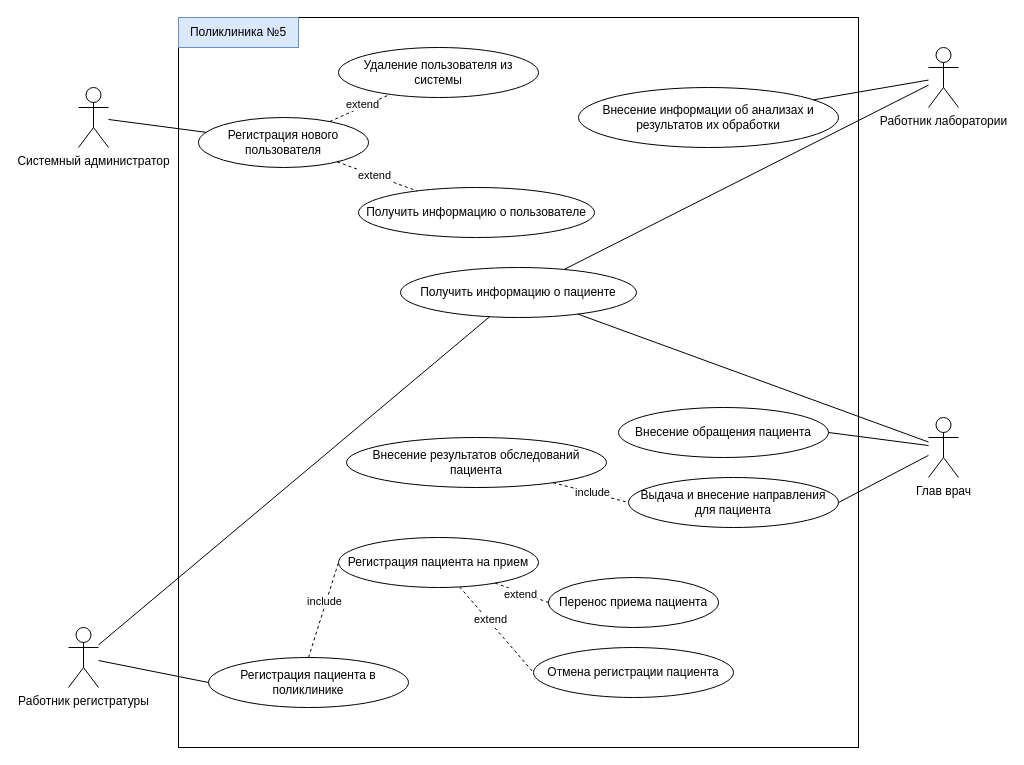
The draw.io diagram clinik5.drawio in sevchik-f8fe/ping_tracer, before the edit. Source tidied: cells renumbered, new cells numbered last; positions are measured from the earlier drawing's top-left corner, leaving out a move shared by most shapes. Both pictures are drawn from the tidied source at 100%, with x=0, y=0 at pixel (68, 17).
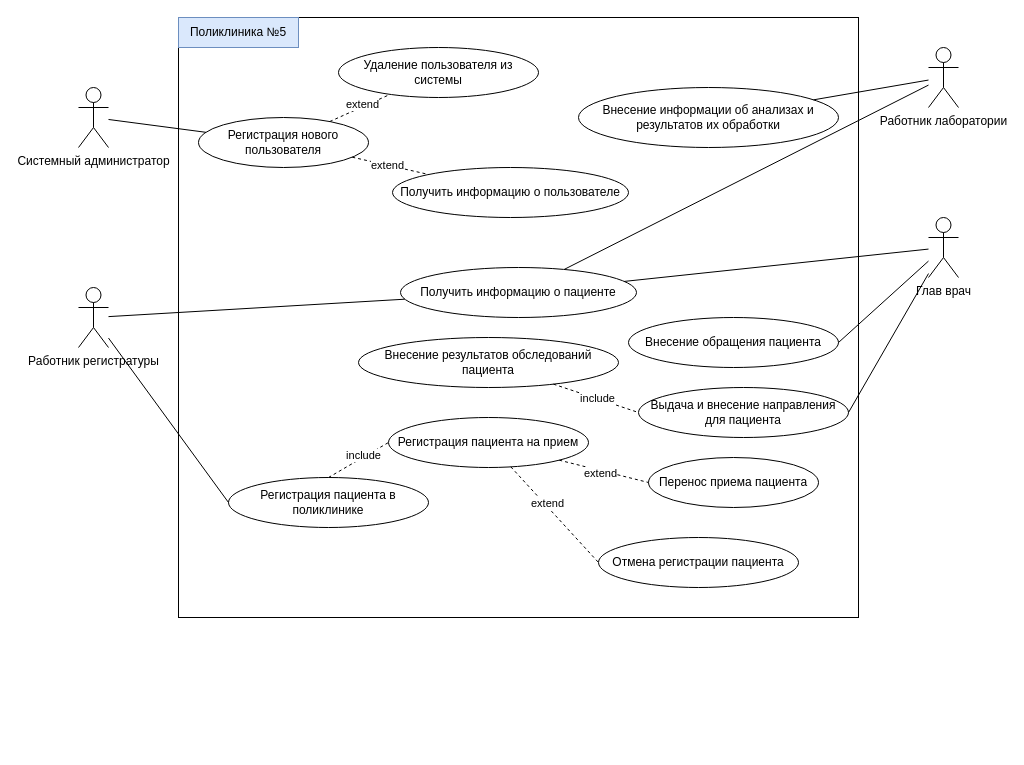
The same diagram, later.

What changed in the source:
```diff
@@
     <mxCell id="2" style="rounded=0;whiteSpace=wrap;html=1;" parent="1" vertex="1">
-      <mxGeometry x="110" width="680" height="730" as="geometry" />
+      <mxGeometry x="110" width="680" height="600" as="geometry" />
     </mxCell>
@@
     <mxCell id="6" value="Работник регистратуры" style="shape=umlActor;verticalLabelPosition=bottom;verticalAlign=top;html=1;outlineConnect=0;" parent="1" vertex="1">
-      <mxGeometry y="610" width="30" height="60" as="geometry" />
+      <mxGeometry x="10" y="270" width="30" height="60" as="geometry" />
     </mxCell>
     <mxCell id="7" value="Глав врач" style="shape=umlActor;verticalLabelPosition=bottom;verticalAlign=top;html=1;outlineConnect=0;" parent="1" vertex="1">
-      <mxGeometry x="860" y="400" width="30" height="60" as="geometry" />
+      <mxGeometry x="860" y="200" width="30" height="60" as="geometry" />
     </mxCell>
@@
     <mxCell id="10" value="Перенос приема пациента" style="ellipse;whiteSpace=wrap;html=1;" parent="1" vertex="1">
-      <mxGeometry x="480" y="560" width="170" height="50" as="geometry" />
+      <mxGeometry x="580" y="440" width="170" height="50" as="geometry" />
     </mxCell>
     <mxCell id="11" value="Отмена регистрации пациента" style="ellipse;whiteSpace=wrap;html=1;" parent="1" vertex="1">
-      <mxGeometry x="465" y="630" width="200" height="50" as="geometry" />
+      <mxGeometry x="530" y="520" width="200" height="50" as="geometry" />
     </mxCell>
     <mxCell id="12" value="Регистрация пациента на прием" style="ellipse;whiteSpace=wrap;html=1;" parent="1" vertex="1">
-      <mxGeometry x="270" y="520" width="200" height="50" as="geometry" />
+      <mxGeometry x="320" y="400" width="200" height="50" as="geometry" />
     </mxCell>
     <mxCell id="13" value="Регистрация пациента в поликлинике" style="ellipse;whiteSpace=wrap;html=1;" parent="1" vertex="1">
-      <mxGeometry x="140" y="640" width="200" height="50" as="geometry" />
+      <mxGeometry x="160" y="460" width="200" height="50" as="geometry" />
     </mxCell>
     <mxCell id="14" value="Внесение обращения пациента" style="ellipse;whiteSpace=wrap;html=1;" parent="1" vertex="1">
-      <mxGeometry x="550" y="390" width="210" height="50" as="geometry" />
+      <mxGeometry x="560" y="300" width="210" height="50" as="geometry" />
     </mxCell>
     <mxCell id="15" value="Внесение результатов обследований пациента" style="ellipse;whiteSpace=wrap;html=1;" parent="1" vertex="1">
-      <mxGeometry x="278" y="420" width="260" height="50" as="geometry" />
+      <mxGeometry x="290" y="320" width="260" height="50" as="geometry" />
     </mxCell>
     <mxCell id="16" value="Выдача и внесение направления для пациента" style="ellipse;whiteSpace=wrap;html=1;" parent="1" vertex="1">
-      <mxGeometry x="560" y="460" width="210" height="50" as="geometry" />
+      <mxGeometry x="570" y="370" width="210" height="50" as="geometry" />
     </mxCell>
@@
     <mxCell id="34" value="Получить информацию о пользователе" style="ellipse;whiteSpace=wrap;html=1;" parent="1" vertex="1">
-      <mxGeometry x="290" y="170" width="236" height="50" as="geometry" />
+      <mxGeometry x="324" y="150" width="236" height="50" as="geometry" />
     </mxCell>
@@
+    <mxCell id="40" style="edgeStyle=orthogonalEdgeStyle;rounded=0;orthogonalLoop=1;jettySize=auto;html=1;exitX=0.5;exitY=1;exitDx=0;exitDy=0;" parent="1" edge="1" source="2" target="2">
+      <mxGeometry relative="1" as="geometry" />
+    </mxCell>
```
